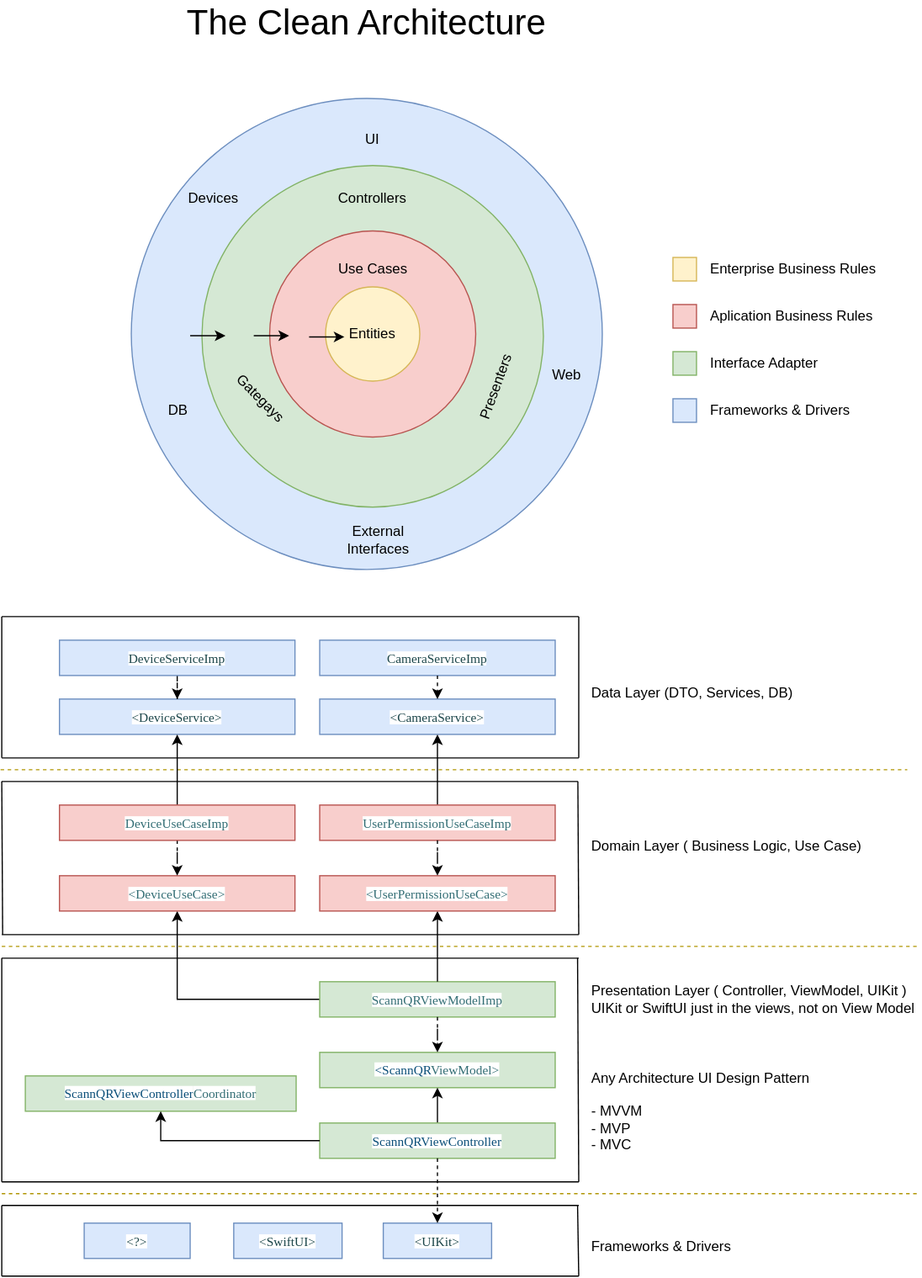
Earlier version of the draw.io export README_files/clean_architecture.svg (gmoral/qr). Source tidied: cells renumbered, new cells last; positions are measured from the earlier drawing's top-left corner, leaving out a move shared by most shapes.
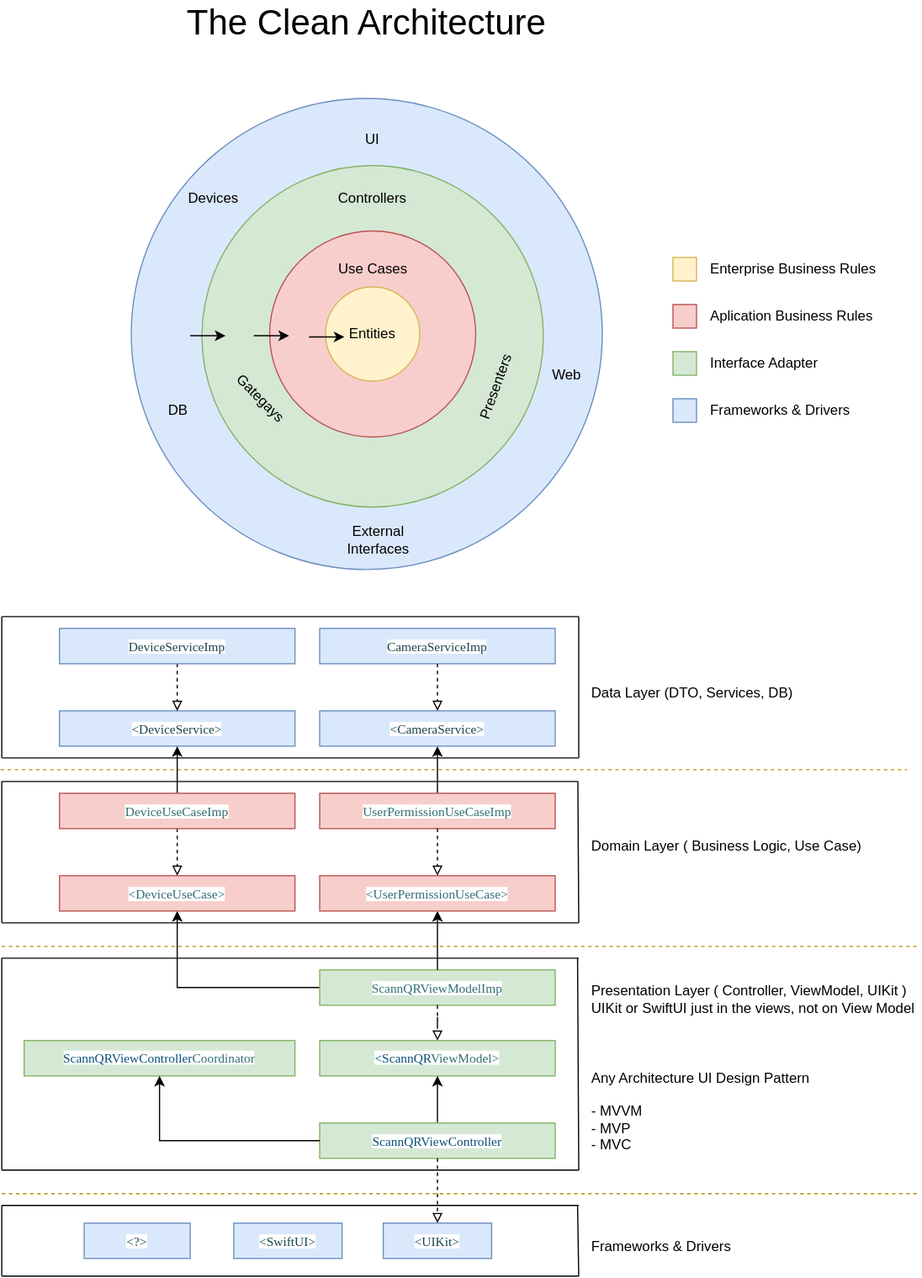
The same file after the commit.

The edit, as a diff of the source:
```diff
@@ -133,35 +133,35 @@
     </mxCell>
     <mxCell id="38" style="endArrow=none;html=1;rounded=0;" parent="1" edge="1">
       <mxGeometry relative="1" as="geometry">
-        <mxPoint x="1" y="1000" as="sourcePoint" />
-        <mxPoint x="491" y="1000" as="targetPoint" />
+        <mxPoint x="1" y="990" as="sourcePoint" />
+        <mxPoint x="491" y="990" as="targetPoint" />
       </mxGeometry>
     </mxCell>
     <mxCell id="39" style="endArrow=none;html=1;rounded=0;" parent="1" edge="1">
       <mxGeometry relative="1" as="geometry">
         <mxPoint x="1" y="810" as="sourcePoint" />
-        <mxPoint x="1" y="1000" as="targetPoint" />
+        <mxPoint x="1" y="990" as="targetPoint" />
       </mxGeometry>
     </mxCell>
     <mxCell id="40" style="endArrow=none;html=1;rounded=0;" parent="1" edge="1">
       <mxGeometry relative="1" as="geometry">
         <mxPoint x="490" y="810" as="sourcePoint" />
-        <mxPoint x="491" y="1000" as="targetPoint" />
+        <mxPoint x="491" y="990" as="targetPoint" />
       </mxGeometry>
     </mxCell>
     <mxCell id="41" style="edgeStyle=orthogonalEdgeStyle;rounded=0;jettySize=auto;html=1;entryX=0.5;entryY=1;entryDx=0;entryDy=0;fontSize=12;" parent="1" edge="1" source="42" target="67">
       <mxGeometry relative="1" as="geometry" />
     </mxCell>
     <mxCell id="42" value="&lt;p style=&quot;margin: 0px; font-variant-numeric: normal; font-variant-east-asian: normal; font-variant-alternates: normal; font-kerning: auto; font-optical-sizing: auto; font-feature-settings: normal; font-variation-settings: normal; font-stretch: normal; font-size: 11px; line-height: normal; font-family: Menlo; color: rgb(28, 70, 74); background-color: rgb(255, 255, 255); text-align: start;&quot; class=&quot;p1&quot;&gt;&lt;span style=&quot;color: rgb(50, 109, 116);&quot;&gt;ScannQRViewModelImp&lt;/span&gt;&lt;br&gt;&lt;/p&gt;" style="rounded=0;whiteSpace=wrap;html=1;fillColor=#d5e8d4;strokeColor=#82b366;" parent="1" vertex="1">
-      <mxGeometry x="271" y="830" width="200" height="30" as="geometry" />
+      <mxGeometry x="271" y="820" width="200" height="30" as="geometry" />
     </mxCell>
     <mxCell id="43" style="edgeStyle=orthogonalEdgeStyle;rounded=0;jettySize=auto;html=1;" parent="1" edge="1" source="42" target="76">
       <mxGeometry relative="1" as="geometry" />
     </mxCell>
     <mxCell id="44" value="&lt;p style=&quot;margin: 0px; font-variant-numeric: normal; font-variant-east-asian: normal; font-variant-alternates: normal; font-kerning: auto; font-optical-sizing: auto; font-feature-settings: normal; font-variation-settings: normal; font-stretch: normal; font-size: 11px; line-height: normal; font-family: Menlo; color: rgb(28, 70, 74); background-color: rgb(255, 255, 255); text-align: start;&quot; class=&quot;p1&quot;&gt;&lt;/p&gt;&lt;span style=&quot;color: rgb(11, 79, 121); font-family: Menlo; font-size: 11px; text-align: start; background-color: rgb(255, 255, 255);&quot;&gt;&amp;lt;ScannQR&lt;/span&gt;&lt;span style=&quot;color: rgb(50, 109, 116); background-color: rgb(255, 255, 255); font-family: Menlo; font-size: 11px; text-align: start;&quot;&gt;ViewModel&amp;gt;&lt;/span&gt;&lt;span style=&quot;color: rgb(11, 79, 121); font-family: Menlo; font-size: 11px; text-align: start; background-color: rgb(255, 255, 255);&quot;&gt;&lt;br&gt;&lt;/span&gt;" style="rounded=0;whiteSpace=wrap;html=1;fillColor=#d5e8d4;strokeColor=#82b366;" parent="1" vertex="1">
-      <mxGeometry x="271" y="890" width="200" height="30" as="geometry" />
+      <mxGeometry x="271" y="880" width="200" height="30" as="geometry" />
     </mxCell>
-    <mxCell id="45" style="edgeStyle=orthogonalEdgeStyle;rounded=0;jettySize=auto;html=1;dashed=1;" parent="1" edge="1" source="42" target="44">
+    <mxCell id="45" style="edgeStyle=orthogonalEdgeStyle;rounded=0;jettySize=auto;html=1;dashed=1;endArrow=block;endFill=0;" parent="1" edge="1" source="42" target="44">
       <mxGeometry relative="1" as="geometry" />
     </mxCell>
     <mxCell id="46" style="edgeStyle=orthogonalEdgeStyle;rounded=0;jettySize=auto;html=1;" parent="1" edge="1" source="47" target="44">
@@ -171,7 +171,7 @@
       <mxGeometry x="271" y="950" width="200" height="30" as="geometry" />
     </mxCell>
     <mxCell id="48" value="&lt;span style=&quot;color: rgb(11, 79, 121); font-family: Menlo; font-size: 11px; text-align: start; background-color: rgb(255, 255, 255);&quot;&gt;ScannQRViewController&lt;/span&gt;&lt;span style=&quot;color: rgb(50, 109, 116); background-color: rgb(255, 255, 255); font-family: Menlo; font-size: 11px; text-align: start;&quot;&gt;Coordinator&lt;/span&gt;&lt;span style=&quot;color: rgb(11, 79, 121); font-family: Menlo; font-size: 11px; text-align: start; background-color: rgb(255, 255, 255);&quot;&gt;&lt;br&gt;&lt;/span&gt;" style="rounded=0;whiteSpace=wrap;html=1;fillColor=#d5e8d4;strokeColor=#82b366;" parent="1" vertex="1">
-      <mxGeometry x="21" y="910" width="230" height="30" as="geometry" />
+      <mxGeometry x="20" y="880" width="230" height="30" as="geometry" />
     </mxCell>
     <mxCell id="49" style="edgeStyle=orthogonalEdgeStyle;rounded=0;jettySize=auto;html=1;" parent="1" edge="1" source="47" target="48">
       <mxGeometry relative="1" as="geometry" />
@@ -225,15 +225,15 @@
       </mxGeometry>
     </mxCell>
     <mxCell id="58" value="&lt;p style=&quot;margin: 0px; font-variant-numeric: normal; font-variant-east-asian: normal; font-variant-alternates: normal; font-kerning: auto; font-optical-sizing: auto; font-feature-settings: normal; font-variation-settings: normal; font-stretch: normal; font-size: 11px; line-height: normal; font-family: Menlo; color: rgb(28, 70, 74); background-color: rgb(255, 255, 255); text-align: start;&quot; class=&quot;p1&quot;&gt;&amp;lt;CameraService&amp;gt;&lt;/p&gt;" style="rounded=0;whiteSpace=wrap;html=1;fillColor=#dae8fc;strokeColor=#6c8ebf;" parent="1" vertex="1">
-      <mxGeometry x="271" y="590" width="200" height="30" as="geometry" />
+      <mxGeometry x="271" y="600" width="200" height="30" as="geometry" />
     </mxCell>
     <mxCell id="59" style="edgeStyle=orthogonalEdgeStyle;rounded=0;jettySize=auto;html=1;" parent="1" edge="1" source="77" target="58">
       <mxGeometry relative="1" as="geometry" />
     </mxCell>
     <mxCell id="60" value="&lt;p style=&quot;margin: 0px; font-variant-numeric: normal; font-variant-east-asian: normal; font-variant-alternates: normal; font-kerning: auto; font-optical-sizing: auto; font-feature-settings: normal; font-variation-settings: normal; font-stretch: normal; font-size: 11px; line-height: normal; font-family: Menlo; color: rgb(28, 70, 74); background-color: rgb(255, 255, 255); text-align: start;&quot; class=&quot;p1&quot;&gt;CameraServiceImp&lt;/p&gt;" style="rounded=0;whiteSpace=wrap;html=1;fillColor=#dae8fc;strokeColor=#6c8ebf;" parent="1" vertex="1">
-      <mxGeometry x="271" y="540" width="200" height="30" as="geometry" />
+      <mxGeometry x="271" y="530" width="200" height="30" as="geometry" />
     </mxCell>
-    <mxCell id="61" style="endArrow=classic;html=1;rounded=0;exitX=0.5;exitY=1;exitDx=0;exitDy=0;entryX=0.5;entryY=0;entryDx=0;entryDy=0;dashed=1;" parent="1" edge="1" source="60" target="58">
+    <mxCell id="61" style="endArrow=block;html=1;rounded=0;exitX=0.5;exitY=1;exitDx=0;exitDy=0;entryX=0.5;entryY=0;entryDx=0;entryDy=0;dashed=1;endFill=0;" parent="1" edge="1" source="60" target="58">
       <mxGeometry relative="1" as="geometry" />
     </mxCell>
     <mxCell id="62" value="&lt;p style=&quot;margin: 0px; font-variant-numeric: normal; font-variant-east-asian: normal; font-variant-alternates: normal; font-kerning: auto; font-optical-sizing: auto; font-feature-settings: normal; font-variation-settings: normal; font-stretch: normal; font-size: 11px; line-height: normal; font-family: Menlo; color: rgb(28, 70, 74); background-color: rgb(255, 255, 255); text-align: start;&quot; class=&quot;p1&quot;&gt;&amp;lt;UIKit&amp;gt;&lt;/p&gt;" style="rounded=0;whiteSpace=wrap;html=1;fillColor=#dae8fc;strokeColor=#6c8ebf;" parent="1" vertex="1">
@@ -245,7 +245,7 @@
     <mxCell id="64" value="&lt;p style=&quot;margin: 0px; font-variant-numeric: normal; font-variant-east-asian: normal; font-variant-alternates: normal; font-kerning: auto; font-optical-sizing: auto; font-feature-settings: normal; font-variation-settings: normal; font-stretch: normal; font-size: 11px; line-height: normal; font-family: Menlo; color: rgb(28, 70, 74); background-color: rgb(255, 255, 255); text-align: start;&quot; class=&quot;p1&quot;&gt;&amp;lt;?&amp;gt;&lt;/p&gt;" style="rounded=0;whiteSpace=wrap;html=1;fillColor=#dae8fc;strokeColor=#6c8ebf;" parent="1" vertex="1">
       <mxGeometry x="71" y="1035" width="90" height="30" as="geometry" />
     </mxCell>
-    <mxCell id="65" style="edgeStyle=orthogonalEdgeStyle;rounded=0;jettySize=auto;html=1;dashed=1;" parent="1" edge="1" source="47" target="62">
+    <mxCell id="65" style="edgeStyle=orthogonalEdgeStyle;rounded=0;jettySize=auto;html=1;dashed=1;endArrow=block;endFill=0;" parent="1" edge="1" source="47" target="62">
       <mxGeometry relative="1" as="geometry" />
     </mxCell>
     <mxCell id="66" value="&lt;p style=&quot;margin: 0px; font-variant-numeric: normal; font-variant-east-asian: normal; font-variant-alternates: normal; font-kerning: auto; font-optical-sizing: auto; font-feature-settings: normal; font-variation-settings: normal; font-stretch: normal; font-size: 11px; line-height: normal; font-family: Menlo; color: rgb(28, 70, 74); background-color: rgb(255, 255, 255); text-align: start;&quot; class=&quot;p1&quot;&gt;&amp;lt;SwiftUI&amp;gt;&lt;/p&gt;" style="rounded=0;whiteSpace=wrap;html=1;fillColor=#dae8fc;strokeColor=#6c8ebf;" parent="1" vertex="1">
@@ -255,13 +255,13 @@
       <mxGeometry x="50" y="740" width="200" height="30" as="geometry" />
     </mxCell>
     <mxCell id="68" value="&lt;p style=&quot;margin: 0px; font-variant-numeric: normal; font-variant-east-asian: normal; font-variant-alternates: normal; font-kerning: auto; font-optical-sizing: auto; font-feature-settings: normal; font-variation-settings: normal; font-stretch: normal; font-size: 11px; line-height: normal; font-family: Menlo; color: rgb(28, 70, 74); background-color: rgb(255, 255, 255); text-align: start;&quot; class=&quot;p1&quot;&gt;&amp;lt;DeviceService&amp;gt;&lt;/p&gt;" style="rounded=0;whiteSpace=wrap;html=1;fillColor=#dae8fc;strokeColor=#6c8ebf;" parent="1" vertex="1">
-      <mxGeometry x="50" y="590" width="200" height="30" as="geometry" />
+      <mxGeometry x="50" y="600" width="200" height="30" as="geometry" />
     </mxCell>
-    <mxCell id="69" style="edgeStyle=orthogonalEdgeStyle;rounded=0;jettySize=auto;html=1;dashed=1;fontSize=12;" parent="1" edge="1" source="70" target="68">
+    <mxCell id="69" style="edgeStyle=orthogonalEdgeStyle;rounded=0;jettySize=auto;html=1;dashed=1;fontSize=12;endArrow=block;endFill=0;" parent="1" edge="1" source="70" target="68">
       <mxGeometry relative="1" as="geometry" />
     </mxCell>
     <mxCell id="70" value="&lt;p style=&quot;margin: 0px; font-variant-numeric: normal; font-variant-east-asian: normal; font-variant-alternates: normal; font-kerning: auto; font-optical-sizing: auto; font-feature-settings: normal; font-variation-settings: normal; font-stretch: normal; font-size: 11px; line-height: normal; font-family: Menlo; color: rgb(28, 70, 74); background-color: rgb(255, 255, 255); text-align: start;&quot; class=&quot;p1&quot;&gt;DeviceServiceImp&lt;/p&gt;" style="rounded=0;whiteSpace=wrap;html=1;fillColor=#dae8fc;strokeColor=#6c8ebf;" parent="1" vertex="1">
-      <mxGeometry x="50" y="540" width="200" height="30" as="geometry" />
+      <mxGeometry x="50" y="530" width="200" height="30" as="geometry" />
     </mxCell>
     <mxCell id="71" style="edgeStyle=orthogonalEdgeStyle;rounded=0;jettySize=auto;html=1;fontSize=12;entryX=0.5;entryY=1;entryDx=0;entryDy=0;" parent="1" edge="1" source="80" target="68">
       <mxGeometry relative="1" as="geometry" />
@@ -274,36 +274,36 @@
     </mxCell>
     <mxCell id="73" style="endArrow=none;html=1;rounded=0;" parent="1" edge="1">
       <mxGeometry relative="1" as="geometry">
-        <mxPoint x="1" y="790" as="sourcePoint" />
-        <mxPoint x="491" y="790" as="targetPoint" />
+        <mxPoint x="1" y="780" as="sourcePoint" />
+        <mxPoint x="491" y="780" as="targetPoint" />
       </mxGeometry>
     </mxCell>
     <mxCell id="74" style="endArrow=none;html=1;rounded=0;" parent="1" edge="1">
       <mxGeometry relative="1" as="geometry">
         <mxPoint x="1" y="660" as="sourcePoint" />
-        <mxPoint x="1.7" y="790" as="targetPoint" />
+        <mxPoint x="1" y="780" as="targetPoint" />
       </mxGeometry>
     </mxCell>
     <mxCell id="75" style="endArrow=none;html=1;rounded=0;" parent="1" edge="1">
       <mxGeometry relative="1" as="geometry">
         <mxPoint x="490.3" y="660" as="sourcePoint" />
-        <mxPoint x="491" y="790" as="targetPoint" />
+        <mxPoint x="491" y="780" as="targetPoint" />
       </mxGeometry>
     </mxCell>
     <mxCell id="76" value="&lt;p style=&quot;margin: 0px; font-variant-numeric: normal; font-variant-east-asian: normal; font-variant-alternates: normal; font-kerning: auto; font-optical-sizing: auto; font-feature-settings: normal; font-variation-settings: normal; font-stretch: normal; font-size: 11px; line-height: normal; font-family: Menlo; color: rgb(28, 70, 74); background-color: rgb(255, 255, 255); text-align: start;&quot; class=&quot;p1&quot;&gt;&lt;span style=&quot;color: rgb(50, 109, 116);&quot;&gt;&amp;lt;UserPermissionUseCase&amp;gt;&lt;/span&gt;&lt;br&gt;&lt;/p&gt;" style="rounded=0;whiteSpace=wrap;html=1;fillColor=#f8cecc;strokeColor=#b85450;" parent="1" vertex="1">
       <mxGeometry x="271" y="740" width="200" height="30" as="geometry" />
     </mxCell>
     <mxCell id="77" value="&lt;p style=&quot;margin: 0px; font-variant-numeric: normal; font-variant-east-asian: normal; font-variant-alternates: normal; font-kerning: auto; font-optical-sizing: auto; font-feature-settings: normal; font-variation-settings: normal; font-stretch: normal; font-size: 11px; line-height: normal; font-family: Menlo; color: rgb(28, 70, 74); background-color: rgb(255, 255, 255); text-align: start;&quot; class=&quot;p1&quot;&gt;&lt;span style=&quot;color: rgb(50, 109, 116);&quot;&gt;UserPermissionUseCaseImp&lt;/span&gt;&lt;br&gt;&lt;/p&gt;" style="rounded=0;whiteSpace=wrap;html=1;fillColor=#f8cecc;strokeColor=#b85450;" parent="1" vertex="1">
-      <mxGeometry x="271" y="680" width="200" height="30" as="geometry" />
+      <mxGeometry x="271" y="670" width="200" height="30" as="geometry" />
     </mxCell>
-    <mxCell id="78" style="edgeStyle=orthogonalEdgeStyle;rounded=0;jettySize=auto;html=1;dashed=1;" parent="1" edge="1" source="77" target="76">
+    <mxCell id="78" style="edgeStyle=orthogonalEdgeStyle;rounded=0;jettySize=auto;html=1;dashed=1;endArrow=block;endFill=0;" parent="1" edge="1" source="77" target="76">
       <mxGeometry relative="1" as="geometry" />
     </mxCell>
-    <mxCell id="79" style="edgeStyle=orthogonalEdgeStyle;rounded=0;jettySize=auto;html=1;fontSize=12;dashed=1;" parent="1" edge="1" source="80" target="67">
+    <mxCell id="79" style="edgeStyle=orthogonalEdgeStyle;rounded=0;jettySize=auto;html=1;fontSize=12;dashed=1;endArrow=block;endFill=0;" parent="1" edge="1" source="80" target="67">
       <mxGeometry relative="1" as="geometry" />
     </mxCell>
     <mxCell id="80" value="&lt;p style=&quot;margin: 0px; font-variant-numeric: normal; font-variant-east-asian: normal; font-variant-alternates: normal; font-kerning: auto; font-optical-sizing: auto; font-feature-settings: normal; font-variation-settings: normal; font-stretch: normal; font-size: 11px; line-height: normal; font-family: Menlo; color: rgb(28, 70, 74); background-color: rgb(255, 255, 255); text-align: start;&quot; class=&quot;p1&quot;&gt;&lt;span style=&quot;color: rgb(50, 109, 116);&quot;&gt;DeviceUseCaseImp&lt;/span&gt;&lt;br&gt;&lt;/p&gt;" style="rounded=0;whiteSpace=wrap;html=1;fillColor=#f8cecc;strokeColor=#b85450;" parent="1" vertex="1">
-      <mxGeometry x="50" y="680" width="200" height="30" as="geometry" />
+      <mxGeometry x="50" y="670" width="200" height="30" as="geometry" />
     </mxCell>
   </root>
 </mxGraphModel>
```
